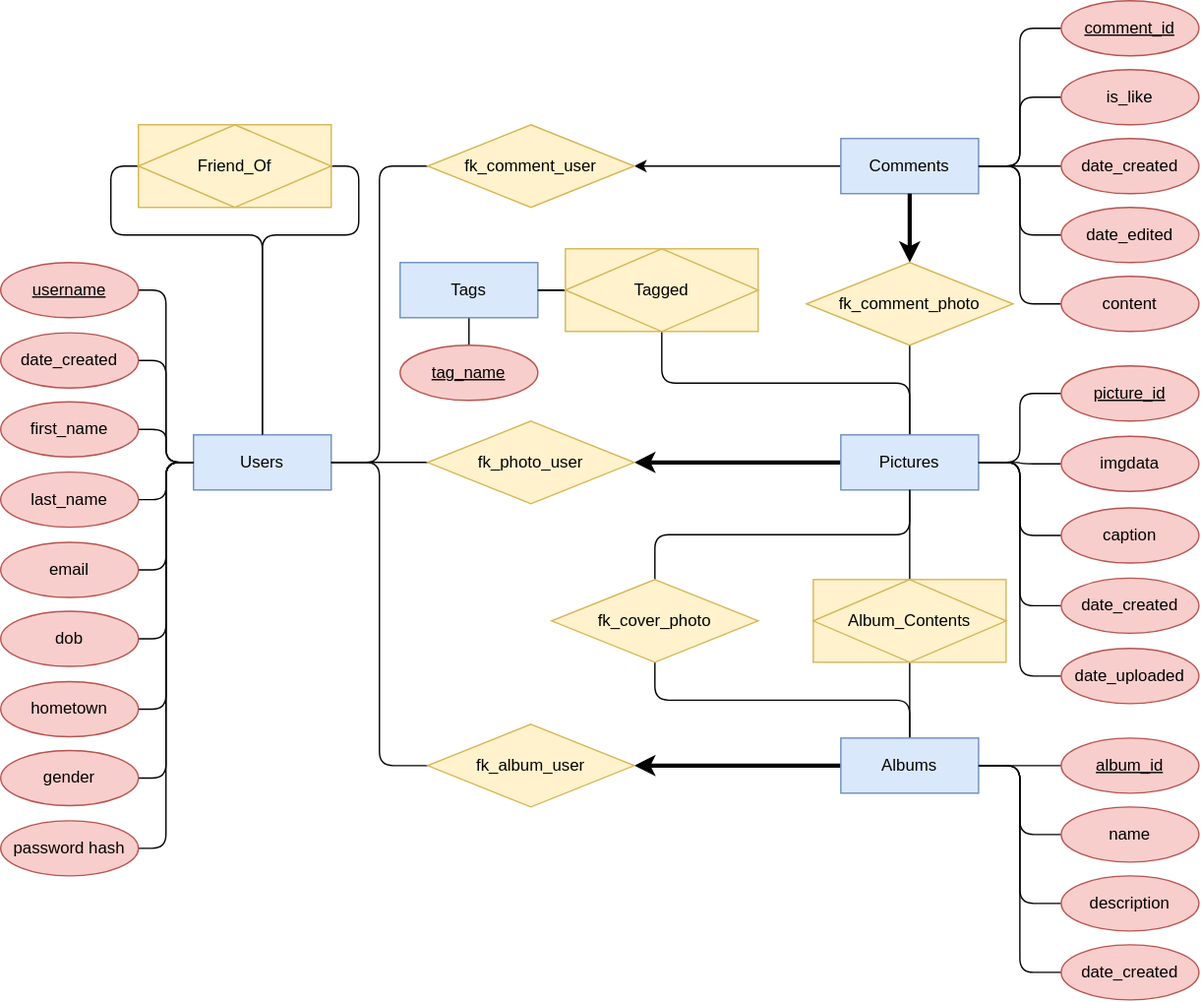
eamonniknafs/photo-sharing-app keeps this draw.io diagram as resources/ER.svg. Above is the earlier version. Source tidied: cells renumbered, new cells last; positions are measured from the earlier drawing's top-left corner, leaving out a move shared by most shapes.
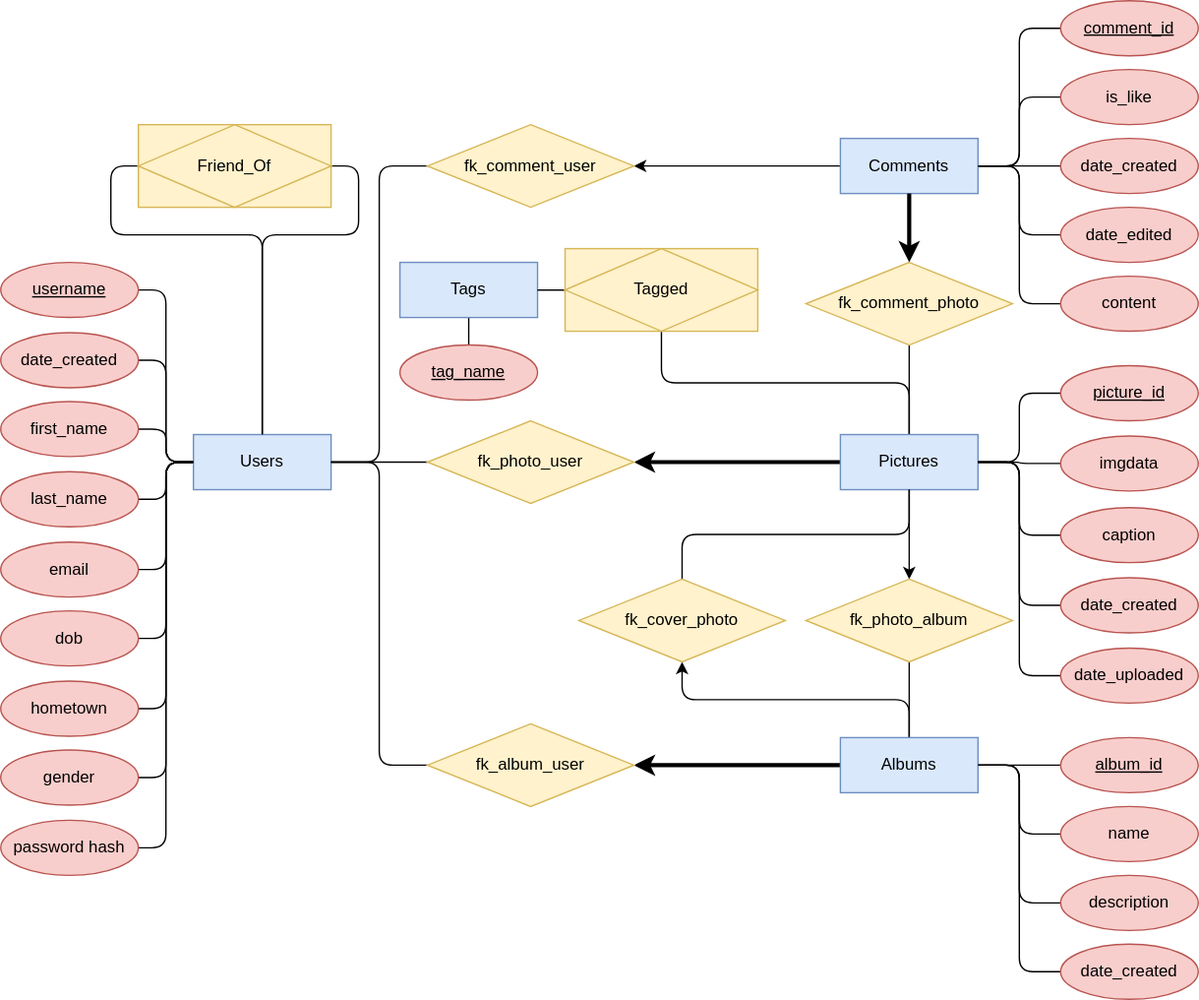
After the commit.

Commit message:
changed relationship table to foreign key

Change to the diagram source:
```diff
@@ -68,10 +68,10 @@
     <mxCell id="21" style="edgeStyle=orthogonalEdgeStyle;shape=connector;rounded=1;jettySize=auto;html=1;exitX=0;exitY=0.5;exitDx=0;exitDy=0;entryX=1;entryY=0.5;entryDx=0;entryDy=0;labelBackgroundColor=default;fontFamily=Helvetica;fontSize=12;fontColor=default;endArrow=classic;endFill=1;strokeColor=default;strokeWidth=3;" parent="1" edge="1" source="24" target="65">
       <mxGeometry relative="1" as="geometry" />
     </mxCell>
-    <mxCell id="22" style="edgeStyle=orthogonalEdgeStyle;shape=connector;rounded=1;jettySize=auto;html=1;labelBackgroundColor=default;fontFamily=Helvetica;fontSize=12;fontColor=default;endArrow=none;endFill=0;strokeColor=default;strokeWidth=1;" parent="1" edge="1" source="24" target="59">
+    <mxCell id="22" style="edgeStyle=orthogonalEdgeStyle;shape=connector;rounded=1;jettySize=auto;html=1;labelBackgroundColor=default;fontFamily=Helvetica;fontSize=12;fontColor=default;endArrow=none;endFill=0;strokeColor=default;strokeWidth=1;entryX=0.5;entryY=1;entryDx=0;entryDy=0;" parent="1" edge="1" source="24" target="80">
       <mxGeometry relative="1" as="geometry" />
     </mxCell>
-    <mxCell id="23" style="edgeStyle=orthogonalEdgeStyle;shape=connector;rounded=1;jettySize=auto;html=1;exitX=0.5;exitY=0;exitDx=0;exitDy=0;entryX=0.5;entryY=1;entryDx=0;entryDy=0;labelBackgroundColor=default;fontFamily=Helvetica;fontSize=12;fontColor=default;startArrow=none;startFill=0;endArrow=none;endFill=0;strokeColor=default;strokeWidth=1;" parent="1" edge="1" source="24" target="69">
+    <mxCell id="23" style="edgeStyle=orthogonalEdgeStyle;shape=connector;rounded=1;jettySize=auto;html=1;exitX=0.5;exitY=0;exitDx=0;exitDy=0;entryX=0.5;entryY=1;entryDx=0;entryDy=0;labelBackgroundColor=default;fontFamily=Helvetica;fontSize=12;fontColor=default;startArrow=none;startFill=0;endArrow=classic;endFill=1;strokeColor=default;strokeWidth=1;" parent="1" edge="1" source="24" target="69">
       <mxGeometry relative="1" as="geometry" />
     </mxCell>
     <mxCell id="24" value="Albums" style="whiteSpace=wrap;html=1;align=center;fillColor=#dae8fc;strokeColor=#6c8ebf;" parent="1" vertex="1">
@@ -183,12 +183,9 @@
     <mxCell id="57" value="Tagged" style="shape=associativeEntity;whiteSpace=wrap;html=1;align=center;fontFamily=Helvetica;fontSize=12;strokeColor=#d6b656;fillColor=#fff2cc;" parent="1" vertex="1">
       <mxGeometry x="410" y="180" width="140" height="60" as="geometry" />
     </mxCell>
-    <mxCell id="58" style="edgeStyle=orthogonalEdgeStyle;shape=connector;rounded=1;jettySize=auto;html=1;labelBackgroundColor=default;fontFamily=Helvetica;fontSize=12;fontColor=default;endArrow=none;endFill=0;strokeColor=default;strokeWidth=1;" parent="1" edge="1" source="59" target="13">
+    <mxCell id="58" style="edgeStyle=orthogonalEdgeStyle;shape=connector;rounded=1;jettySize=auto;html=1;labelBackgroundColor=default;fontFamily=Helvetica;fontSize=12;fontColor=default;endArrow=none;endFill=0;strokeColor=default;strokeWidth=1;startArrow=classic;startFill=1;exitX=0.5;exitY=0;exitDx=0;exitDy=0;" parent="1" edge="1" source="80" target="13">
       <mxGeometry relative="1" as="geometry" />
     </mxCell>
-    <mxCell id="59" value="Album_Contents" style="shape=associativeEntity;whiteSpace=wrap;html=1;align=center;fontFamily=Helvetica;fontSize=12;strokeColor=#d6b656;fillColor=#fff2cc;" parent="1" vertex="1">
-      <mxGeometry x="590" y="420" width="140" height="60" as="geometry" />
-    </mxCell>
     <mxCell id="60" style="edgeStyle=orthogonalEdgeStyle;shape=connector;rounded=1;jettySize=auto;html=1;exitX=0;exitY=0.5;exitDx=0;exitDy=0;entryX=1;entryY=0.5;entryDx=0;entryDy=0;labelBackgroundColor=default;fontFamily=Helvetica;fontSize=12;fontColor=default;endArrow=none;endFill=0;strokeColor=default;" parent="1" edge="1" source="61" target="9">
       <mxGeometry relative="1" as="geometry" />
     </mxCell>
@@ -217,7 +214,7 @@
       <mxGeometry relative="1" as="geometry" />
     </mxCell>
     <mxCell id="69" value="fk_cover_photo" style="shape=rhombus;perimeter=rhombusPerimeter;whiteSpace=wrap;html=1;align=center;fontFamily=Helvetica;fontSize=12;strokeColor=#d6b656;fillColor=#fff2cc;" parent="1" vertex="1">
-      <mxGeometry x="400" y="420" width="150" height="60" as="geometry" />
+      <mxGeometry x="420" y="420" width="150" height="60" as="geometry" />
     </mxCell>
     <mxCell id="70" style="edgeStyle=orthogonalEdgeStyle;shape=connector;rounded=1;jettySize=auto;html=1;exitX=0;exitY=0.5;exitDx=0;exitDy=0;entryX=1;entryY=0.5;entryDx=0;entryDy=0;labelBackgroundColor=default;fontFamily=Helvetica;fontSize=11;fontColor=default;endArrow=none;endFill=0;strokeColor=default;" parent="1" edge="1" source="71" target="13">
       <mxGeometry relative="1" as="geometry" />
@@ -249,5 +246,8 @@
     <mxCell id="79" value="gender" style="ellipse;whiteSpace=wrap;html=1;align=center;fontFamily=Helvetica;fontSize=12;fontColor=default;strokeColor=#b85450;fillColor=#f8cecc;" parent="1" vertex="1">
       <mxGeometry y="544" width="100" height="40" as="geometry" />
     </mxCell>
+    <mxCell id="80" value="fk_photo_album" style="shape=rhombus;perimeter=rhombusPerimeter;whiteSpace=wrap;html=1;align=center;fontFamily=Helvetica;fontSize=12;strokeColor=#d6b656;fillColor=#fff2cc;" parent="1" vertex="1">
+      <mxGeometry x="585" y="420" width="150" height="60" as="geometry" />
+    </mxCell>
   </root>
 </mxGraphModel>
```
